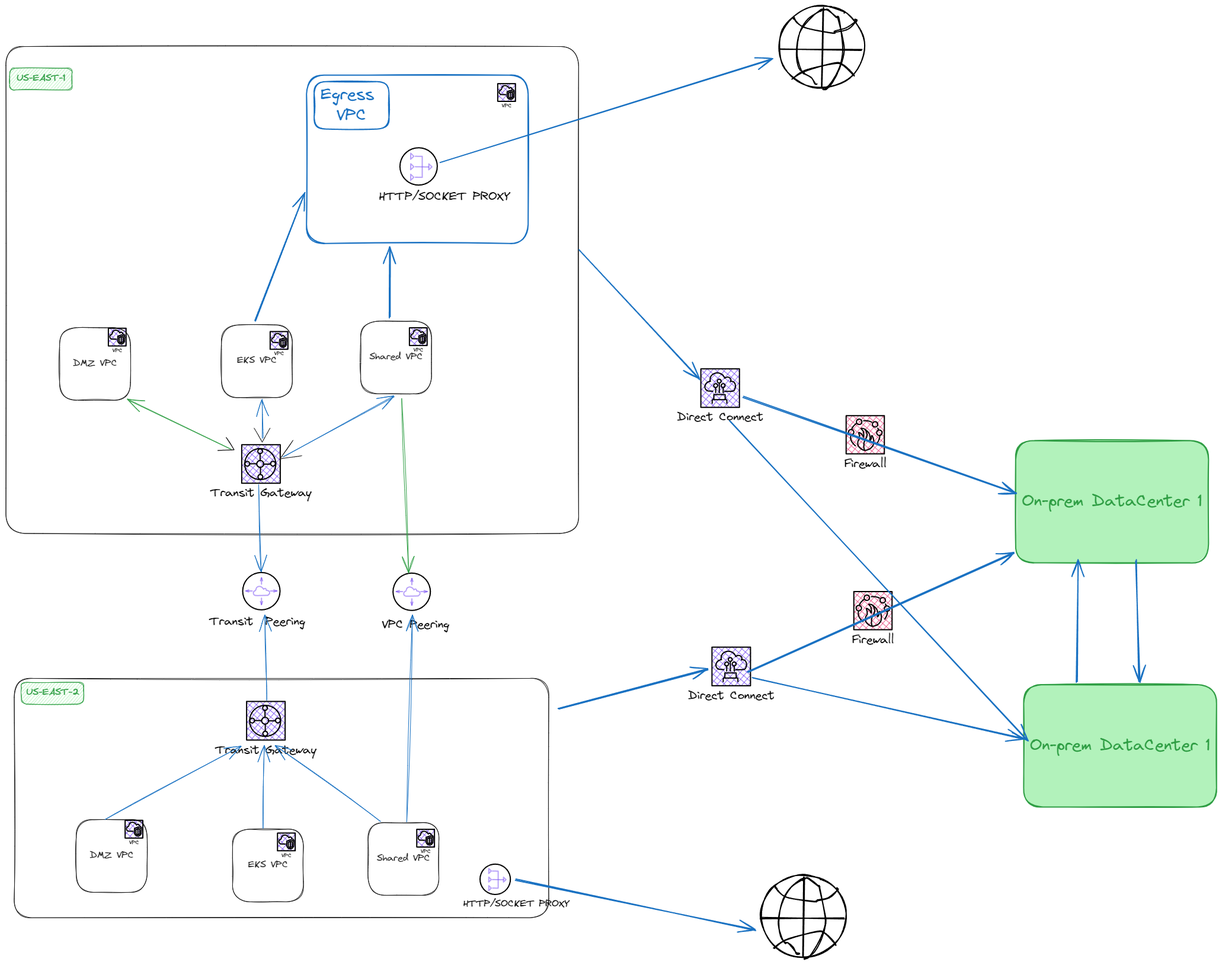
This is 架构/vpc.excalidraw.png from zizifn/thoughts, a Excalidraw export, as it was before one commit. Source tidied: one line per element, renumbered; positions are measured from the earlier drawing's top-left corner, leaving out a move shared by most shapes.
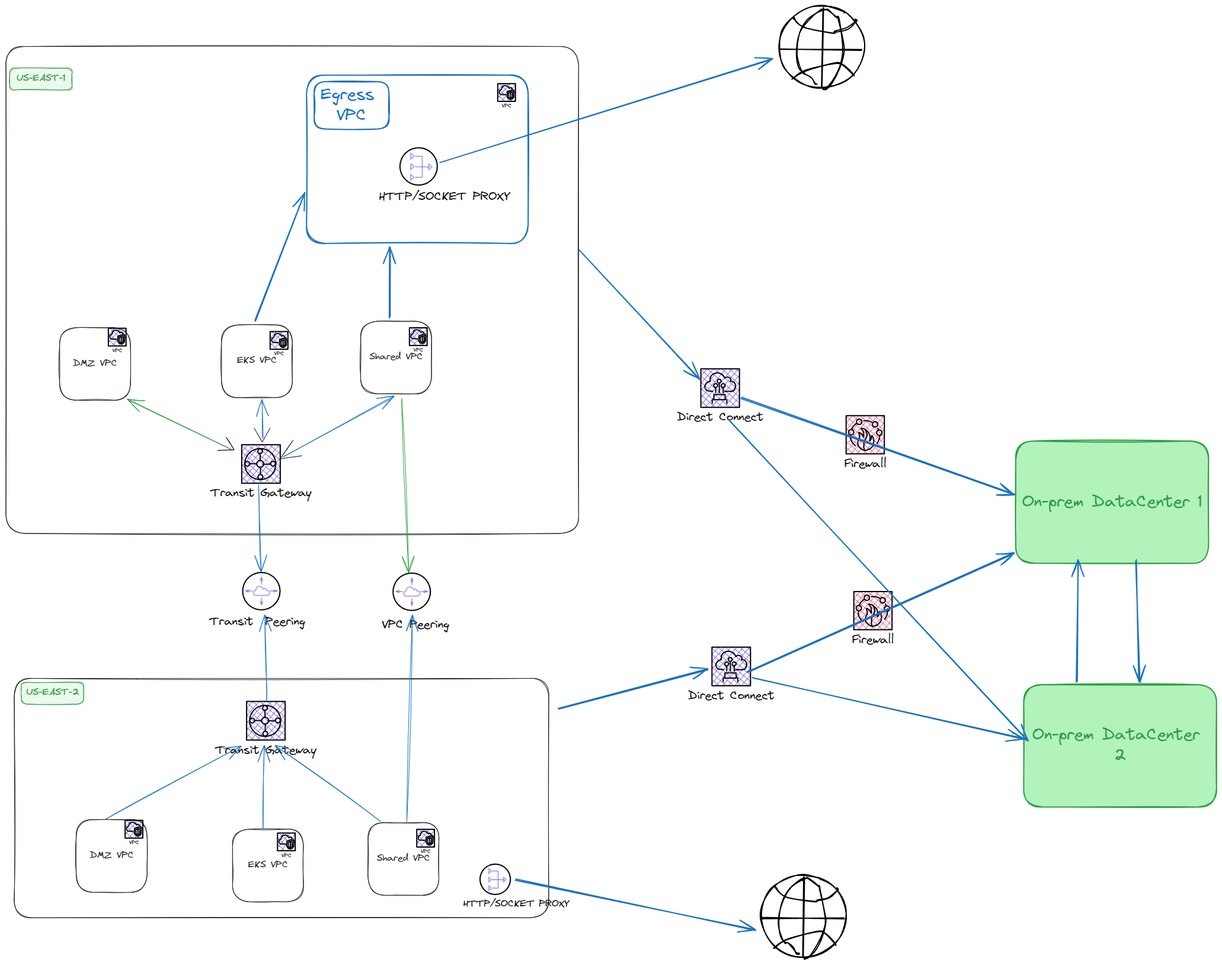
The same file after the commit.

Change to the diagram source:
```diff
@@ -130,10 +130,10 @@
 {"id": 129, "type": "arrow", "strokeColor": "#1971c2", "strokeWidth": 1, "roughness": 1, "endArrowhead": "arrow", "from": 12, "to": 107, "x": 632, "y": 1376, "width": 178, "height": 128, "points": [[0, 0], [-178, -128]]}
 {"id": 130, "type": "arrow", "strokeColor": "#1971c2", "strokeWidth": 1, "roughness": 1, "endArrowhead": "arrow", "from": 16, "to": 117, "x": 434, "y": 1387, "width": 2, "height": 140, "points": [[0, 0], [2, -140]]}
 {"id": 131, "type": "arrow", "strokeColor": "#1971c2", "strokeWidth": 1, "roughness": 1, "endArrowhead": "arrow", "from": 8, "to": 107, "x": 167, "y": 1373, "width": 230, "height": 124, "points": [[0, 0], [230, -124]]}
-{"id": 132, "type": "rectangle", "strokeColor": "#2f9e44", "backgroundColor": "#b2f2bb", "fillStyle": "solid", "strokeWidth": 2, "roughness": 1, "round": true, "x": 1704, "y": 733, "width": 325, "height": 206}
+{"id": 132, "type": "rectangle", "strokeColor": "#2f9e44", "backgroundColor": "#b2f2bb", "fillStyle": "solid", "strokeWidth": 2, "roughness": 1, "round": true, "x": 1704, "y": 734, "width": 325, "height": 206}
-{"id": 133, "type": "text", "text": "On-prem DataCenter 1", "strokeColor": "#2f9e44", "strokeWidth": 2, "roughness": 1, "fontSize": 28, "fontFamily": 1, "textAlign": "center", "verticalAlign": "middle", "inside": 132, "x": 1715, "y": 819, "width": 304, "height": 35}
+{"id": 133, "type": "text", "text": "On-prem DataCenter 1", "strokeColor": "#2f9e44", "strokeWidth": 2, "roughness": 1, "fontSize": 28, "fontFamily": 1, "textAlign": "center", "verticalAlign": "middle", "inside": 132, "x": 1715, "y": 820, "width": 304, "height": 35}
 {"id": 134, "type": "rectangle", "strokeColor": "#2f9e44", "backgroundColor": "#b2f2bb", "fillStyle": "solid", "strokeWidth": 2, "roughness": 1, "round": true, "x": 1717, "y": 1145, "width": 325, "height": 206}
-{"id": 135, "type": "text", "text": "On-prem DataCenter 1", "strokeColor": "#2f9e44", "strokeWidth": 2, "roughness": 1, "fontSize": 28, "fontFamily": 1, "textAlign": "center", "verticalAlign": "middle", "inside": 134, "x": 1728, "y": 1231, "width": 304, "height": 35}
+{"id": 135, "type": "text", "text": "On-prem DataCenter \n2", "strokeColor": "#2f9e44", "strokeWidth": 2, "roughness": 1, "fontSize": 28, "fontFamily": 1, "textAlign": "center", "verticalAlign": "middle", "inside": 134, "x": 1732, "y": 1213, "width": 296, "height": 70}
 {"id": 136, "type": "text", "text": "Firewall", "strokeColor": "#000000", "strokeWidth": 1, "roughness": 1, "fontSize": 20, "fontFamily": 1, "textAlign": "center", "x": 1414, "y": 761, "width": 71, "height": 24}
 {"id": 137, "type": "rectangle", "strokeColor": "#000000", "backgroundColor": "#e6498088", "fillStyle": "cross-hatch", "strokeWidth": 2, "roughness": 0, "x": 1418, "y": 691, "width": 64, "height": 64}
 {"id": 138, "type": "line", "strokeColor": "#000000", "strokeWidth": 2, "roughness": 0, "round": true, "x": 1464, "y": 738, "width": 27, "height": 37, "points": [[0, 0], [-1, 4], [-5, 8], [-10, 11], [-16, 12], [-20, 10], [-25, 6], [-27, 2], [-26, -4], [-24, -8], [-24, -13], [-25, -18], [-22, -17], [-19, -14], [-17, -10], [-17, -16], [-18, -21], [-21, -25], [-16, -24], [-11, -21], [-8, -17], [-6, -11], [-7, -4], [-4, -8], [-3, -13], [-1, -10], [0, -5], [0, 0]]}
@@ -185,11 +185,11 @@
 {"id": 184, "type": "line", "strokeColor": "#000000", "strokeWidth": 2, "roughness": 0, "x": 1216, "y": 1113, "width": 0, "height": 9, "points": [[0, 0], [0, 9]]}
 {"id": 185, "type": "line", "strokeColor": "#000000", "strokeWidth": 2, "roughness": 0, "x": 1229, "y": 1113, "width": 0, "height": 9, "points": [[0, 0], [0, 9]]}
 {"id": 186, "type": "arrow", "strokeColor": "#1971c2", "backgroundColor": "#b2f2bb", "fillStyle": "solid", "strokeWidth": 2, "roughness": 1, "endArrowhead": "arrow", "round": true, "from": 0, "to": 163, "x": 968, "y": 413, "width": 202, "height": 217, "points": [[0, 0], [202, 217]]}
-{"id": 187, "type": "arrow", "strokeColor": "#1971c2", "backgroundColor": "#b2f2bb", "fillStyle": "solid", "strokeWidth": 2, "roughness": 1, "endArrowhead": "arrow", "round": true, "from": 163, "x": 1244, "y": 660, "width": 460, "height": 163, "points": [[0, 0], [460, 163]]}
+{"id": 187, "type": "arrow", "strokeColor": "#1971c2", "backgroundColor": "#b2f2bb", "fillStyle": "solid", "strokeWidth": 2, "roughness": 1, "endArrowhead": "arrow", "round": true, "from": 163, "to": 132, "x": 1241, "y": 661, "width": 460, "height": 164, "points": [[0, 0], [460, 164]]}
 {"id": 188, "type": "arrow", "strokeColor": "#1971c2", "backgroundColor": "#b2f2bb", "fillStyle": "solid", "strokeWidth": 2, "roughness": 1, "endArrowhead": "arrow", "round": true, "from": 134, "x": 1807, "y": 1142, "width": 2, "height": 206, "points": [[0, 0], [2, -206]]}
 {"id": 189, "type": "arrow", "strokeColor": "#1971c2", "backgroundColor": "#b2f2bb", "fillStyle": "solid", "strokeWidth": 2, "roughness": 1, "endArrowhead": "arrow", "round": true, "to": 134, "x": 1907, "y": 935, "width": 6, "height": 206, "points": [[0, 0], [6, 206]]}
 {"id": 190, "type": "arrow", "strokeColor": "#1971c2", "backgroundColor": "#b2f2bb", "fillStyle": "solid", "strokeWidth": 2, "roughness": 1, "endArrowhead": "arrow", "round": true, "from": 1, "to": 175, "x": 933, "y": 1186, "width": 250, "height": 66, "points": [[0, 0], [250, -66]]}
-{"id": 191, "type": "arrow", "strokeColor": "#1971c2", "backgroundColor": "#b2f2bb", "fillStyle": "solid", "strokeWidth": 2, "roughness": 1, "endArrowhead": "arrow", "round": true, "to": 132, "x": 1253, "y": 1123, "width": 447, "height": 201, "points": [[0, 0], [447, -201]]}
+{"id": 191, "type": "arrow", "strokeColor": "#1971c2", "backgroundColor": "#b2f2bb", "fillStyle": "solid", "strokeWidth": 2, "roughness": 1, "endArrowhead": "arrow", "round": true, "to": 132, "x": 1253, "y": 1123, "width": 448, "height": 200, "points": [[0, 0], [448, -200]]}
 {"id": 192, "type": "arrow", "strokeColor": "#1971c2", "backgroundColor": "#b2f2bb", "fillStyle": "solid", "strokeWidth": 2, "roughness": 1, "endArrowhead": "arrow", "round": true, "x": 1222, "y": 700, "width": 502, "height": 540, "points": [[0, 0], [502, 540]]}
 {"id": 193, "type": "arrow", "strokeColor": "#1971c2", "backgroundColor": "#b2f2bb", "fillStyle": "solid", "strokeWidth": 2, "roughness": 1, "endArrowhead": "arrow", "round": true, "from": 175, "x": 1261, "y": 1133, "width": 457, "height": 103, "points": [[0, 0], [457, 103]]}
 {"id": 194, "type": "text", "text": "HTTP/SOCKET PROXY", "strokeColor": "#000000", "strokeWidth": 1, "roughness": 1, "fontSize": 20, "fontFamily": 1, "x": 629, "y": 310, "width": 221, "height": 24}
```
